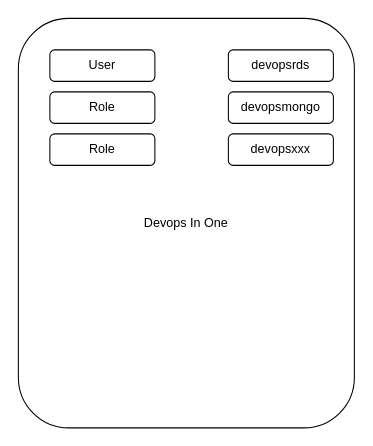
Earlier version of the draw.io diagram page "Page-8" (8 of 8) of Untitled Diagram.drawio (zjtheone/read-the-fxxk-code). Source tidied: cells renumbered, new cells numbered last; positions are measured from the earlier drawing's top-left corner, leaving out a move shared by most shapes. Both pictures are drawn from the tidied source at 105%, with x=0, y=0 at pixel (18, 18).
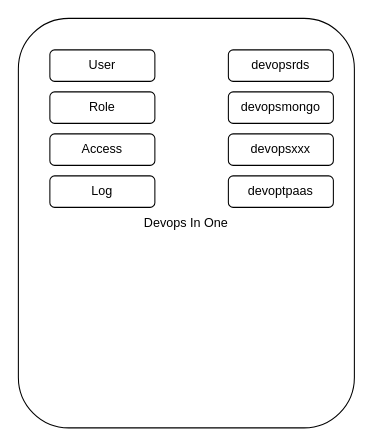
After the change.

Commit message:
运维管理平台.drawio

What changed in the source:
```diff
@@
 <mxGraphModel>
   <root>
     <mxCell id="0" />
     <mxCell id="1" parent="0" />
     <mxCell id="2" value="Devops In One" style="rounded=1;whiteSpace=wrap;html=1;" parent="1" vertex="1">
       <mxGeometry width="320" height="390" as="geometry" />
     </mxCell>
     <mxCell id="3" value="devopsrds" style="rounded=1;whiteSpace=wrap;html=1;" parent="1" vertex="1">
       <mxGeometry x="200" y="30" width="100" height="30" as="geometry" />
     </mxCell>
     <mxCell id="4" value="devopsmongo" style="rounded=1;whiteSpace=wrap;html=1;" parent="1" vertex="1">
       <mxGeometry x="200" y="70" width="100" height="30" as="geometry" />
     </mxCell>
     <mxCell id="5" value="devopsxxx" style="rounded=1;whiteSpace=wrap;html=1;" parent="1" vertex="1">
       <mxGeometry x="200" y="110" width="100" height="30" as="geometry" />
     </mxCell>
     <mxCell id="6" value="User" style="rounded=1;whiteSpace=wrap;html=1;" parent="1" vertex="1">
       <mxGeometry x="30" y="30" width="100" height="30" as="geometry" />
     </mxCell>
     <mxCell id="7" value="Role" style="rounded=1;whiteSpace=wrap;html=1;" parent="1" vertex="1">
       <mxGeometry x="30" y="70" width="100" height="30" as="geometry" />
     </mxCell>
-    <mxCell id="8" value="Role" style="rounded=1;whiteSpace=wrap;html=1;" parent="1" vertex="1">
+    <mxCell id="8" value="Access" style="rounded=1;whiteSpace=wrap;html=1;" parent="1" vertex="1">
       <mxGeometry x="30" y="110" width="100" height="30" as="geometry" />
     </mxCell>
+    <mxCell id="9" value="Log" style="rounded=1;whiteSpace=wrap;html=1;" parent="1" vertex="1">
+      <mxGeometry x="30" y="150" width="100" height="30" as="geometry" />
+    </mxCell>
+    <mxCell id="10" value="devoptpaas" style="rounded=1;whiteSpace=wrap;html=1;" parent="1" vertex="1">
+      <mxGeometry x="200" y="150" width="100" height="30" as="geometry" />
+    </mxCell>
   </root>
 </mxGraphModel>
```
